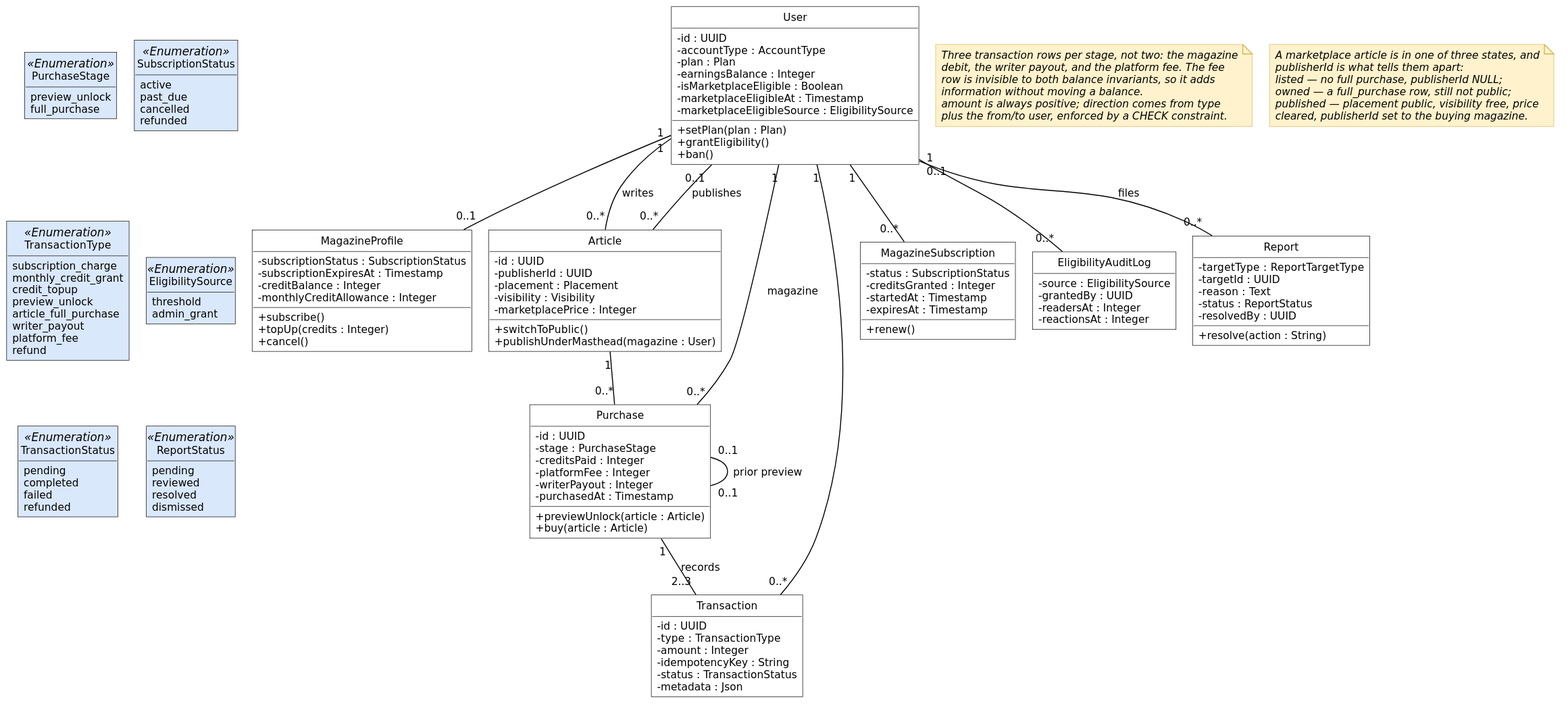
Before: diagrams/fig-6-2-classes-sprint-5/fig-6-2-classes-sprint-5.svg, a diagram exported from PlantUML (inkwell-dev/spec.inkwell.ai).
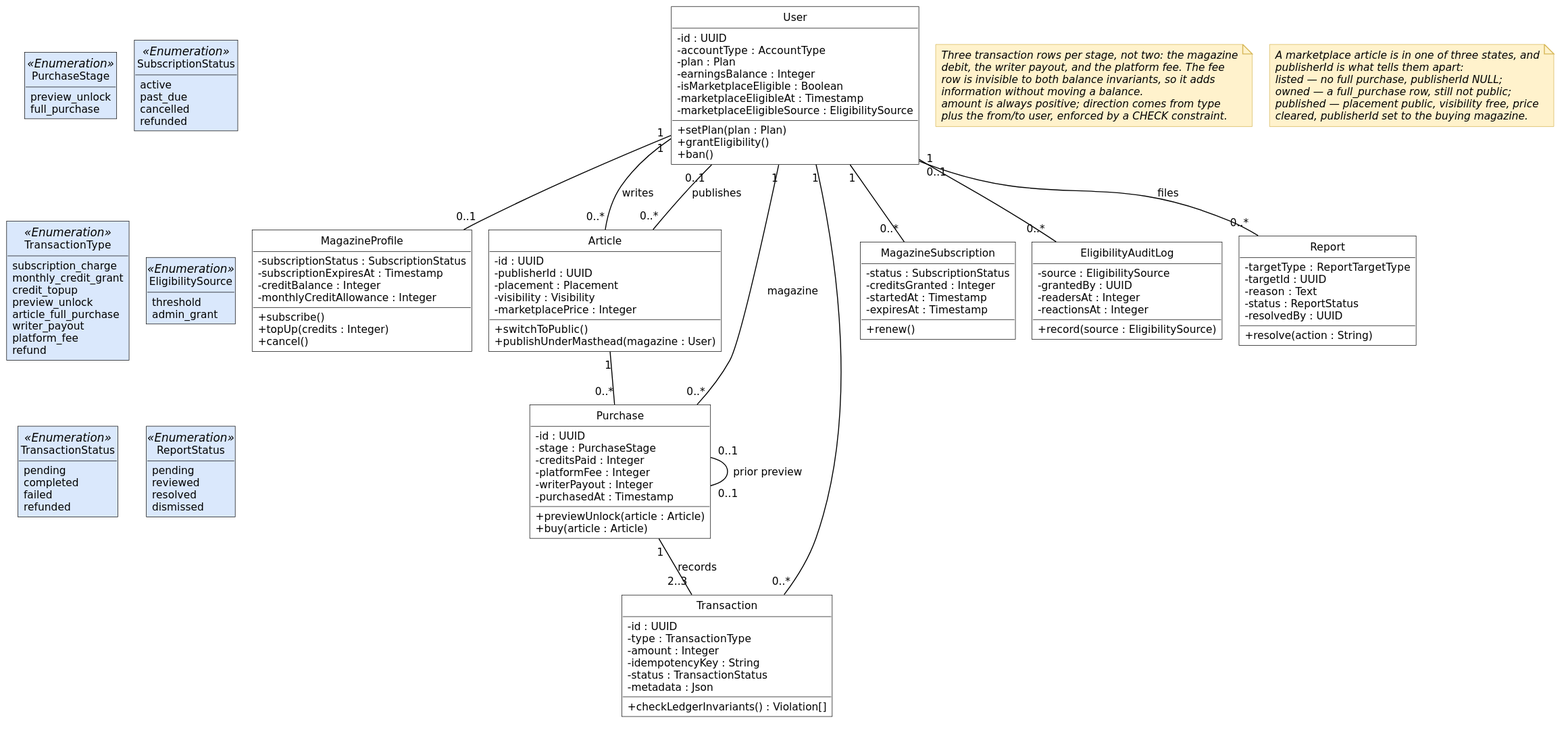
Later version of the same file.

What changed in the source:
```diff
@@ -52,6 +52,7 @@
   - idempotencyKey : String
   - status : TransactionStatus
   - metadata : Json
+  + checkLedgerInvariants() : Violation[]
 }
 class MagazineSubscription {
   - status : SubscriptionStatus
@@ -65,6 +66,7 @@
   - grantedBy : UUID
   - readersAt : Integer
   - reactionsAt : Integer
+  + record(source : EligibilitySource)
 }
 class Report {
   - targetType : ReportTargetType
```
